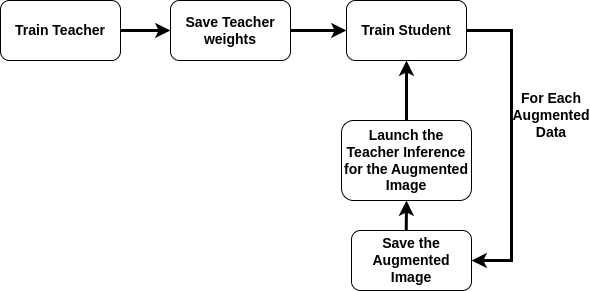
Before: images/Online-KD.png, a diagram exported from draw.io (remaro-network/KD-YOLOX-ViT). Source tidied: cells renumbered, new cells last; positions are measured from the earlier drawing's top-left corner, leaving out a move shared by most shapes. The source it was exported from:
```xml
<mxGraphModel>
  <root>
    <mxCell id="0" />
    <mxCell id="1" parent="0" />
    <mxCell id="2" style="edgeStyle=orthogonalEdgeStyle;rounded=0;jettySize=auto;html=1;exitX=1;exitY=0.5;exitDx=0;exitDy=0;entryX=0;entryY=0.5;entryDx=0;entryDy=0;strokeWidth=3;" parent="1" edge="1" source="3" target="5">
      <mxGeometry relative="1" as="geometry" />
    </mxCell>
    <mxCell id="3" value="&lt;font size=&quot;1&quot; style=&quot;&quot;&gt;&lt;b style=&quot;font-size: 14px;&quot;&gt;Train Teacher&lt;/b&gt;&lt;/font&gt;" style="rounded=1;whiteSpace=wrap;html=1;" parent="1" vertex="1">
      <mxGeometry width="120" height="60" as="geometry" />
    </mxCell>
    <mxCell id="4" style="edgeStyle=orthogonalEdgeStyle;rounded=0;jettySize=auto;html=1;exitX=1;exitY=0.5;exitDx=0;exitDy=0;entryX=0;entryY=0.5;entryDx=0;entryDy=0;strokeWidth=3;" parent="1" edge="1" source="5" target="7">
      <mxGeometry relative="1" as="geometry" />
    </mxCell>
    <mxCell id="5" value="&lt;font size=&quot;1&quot; style=&quot;&quot;&gt;&lt;b style=&quot;font-size: 14px;&quot;&gt;Save Teacher weights&lt;/b&gt;&lt;/font&gt;" style="rounded=1;whiteSpace=wrap;html=1;" parent="1" vertex="1">
      <mxGeometry x="170" width="120" height="60" as="geometry" />
    </mxCell>
    <mxCell id="6" style="edgeStyle=orthogonalEdgeStyle;rounded=0;jettySize=auto;html=1;exitX=1;exitY=0.5;exitDx=0;exitDy=0;entryX=1;entryY=0.5;entryDx=0;entryDy=0;strokeWidth=3;" parent="1" edge="1" source="7" target="9">
      <mxGeometry relative="1" as="geometry">
        <Array as="points">
          <mxPoint x="511" y="30" />
          <mxPoint x="511" y="260" />
        </Array>
      </mxGeometry>
    </mxCell>
    <mxCell id="7" value="&lt;font size=&quot;1&quot; style=&quot;&quot;&gt;&lt;b style=&quot;font-size: 14px;&quot;&gt;Train Student&lt;/b&gt;&lt;/font&gt;" style="rounded=1;whiteSpace=wrap;html=1;" parent="1" vertex="1">
      <mxGeometry x="346" width="120" height="60" as="geometry" />
    </mxCell>
    <mxCell id="8" style="edgeStyle=orthogonalEdgeStyle;rounded=0;jettySize=auto;html=1;exitX=0.456;exitY=0.011;exitDx=0;exitDy=0;entryX=0.5;entryY=1;entryDx=0;entryDy=0;strokeWidth=3;exitPerimeter=0;" parent="1" edge="1" source="9" target="11">
      <mxGeometry relative="1" as="geometry" />
    </mxCell>
    <mxCell id="9" value="&lt;font size=&quot;1&quot; style=&quot;&quot;&gt;&lt;b style=&quot;font-size: 14px;&quot;&gt;Save the Augmented Image&lt;/b&gt;&lt;/font&gt;" style="rounded=1;whiteSpace=wrap;html=1;" parent="1" vertex="1">
      <mxGeometry x="351" y="230" width="120" height="60" as="geometry" />
    </mxCell>
    <mxCell id="10" style="edgeStyle=orthogonalEdgeStyle;rounded=0;jettySize=auto;html=1;exitX=0.5;exitY=0;exitDx=0;exitDy=0;entryX=0.5;entryY=1;entryDx=0;entryDy=0;strokeWidth=3;" parent="1" edge="1" source="11" target="7">
      <mxGeometry relative="1" as="geometry" />
    </mxCell>
    <mxCell id="11" value="&lt;font size=&quot;1&quot; style=&quot;&quot;&gt;&lt;b style=&quot;font-size: 14px;&quot;&gt;Launch the Teacher Inference for the Augmented Image&lt;/b&gt;&lt;/font&gt;" style="rounded=1;whiteSpace=wrap;html=1;" parent="1" vertex="1">
      <mxGeometry x="341" y="120" width="130" height="80" as="geometry" />
    </mxCell>
    <mxCell id="12" value="&lt;font style=&quot;font-size: 14px;&quot;&gt;&lt;b&gt;For Each Augmented Data&lt;/b&gt;&lt;/font&gt;" style="text;html=1;align=center;verticalAlign=middle;whiteSpace=wrap;rounded=0;" parent="1" vertex="1">
      <mxGeometry x="521" y="100" width="60" height="30" as="geometry" />
    </mxCell>
  </root>
</mxGraphModel>
```
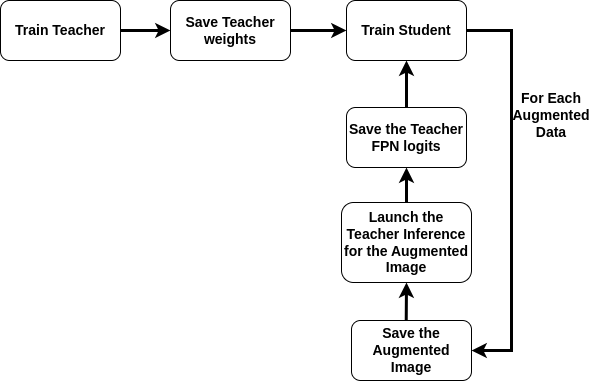
Above is the later version.

Commit message:
modify online-KD workflow

What changed in the source:
```diff
@@ -18,7 +18,7 @@
       <mxGeometry relative="1" as="geometry">
         <Array as="points">
           <mxPoint x="511" y="30" />
-          <mxPoint x="511" y="260" />
+          <mxPoint x="511" y="350" />
         </Array>
       </mxGeometry>
     </mxCell>
@@ -29,16 +29,22 @@
       <mxGeometry relative="1" as="geometry" />
     </mxCell>
     <mxCell id="9" value="&lt;font size=&quot;1&quot; style=&quot;&quot;&gt;&lt;b style=&quot;font-size: 14px;&quot;&gt;Save the Augmented Image&lt;/b&gt;&lt;/font&gt;" style="rounded=1;whiteSpace=wrap;html=1;" parent="1" vertex="1">
-      <mxGeometry x="351" y="230" width="120" height="60" as="geometry" />
+      <mxGeometry x="351" y="320" width="120" height="60" as="geometry" />
     </mxCell>
-    <mxCell id="10" style="edgeStyle=orthogonalEdgeStyle;rounded=0;jettySize=auto;html=1;exitX=0.5;exitY=0;exitDx=0;exitDy=0;entryX=0.5;entryY=1;entryDx=0;entryDy=0;strokeWidth=3;" parent="1" edge="1" source="11" target="7">
-      <mxGeometry relative="1" as="geometry" />
-    </mxCell>
+    <mxCell id="13" style="edgeStyle=orthogonalEdgeStyle;rounded=0;jettySize=auto;html=1;exitX=0.5;exitY=0;exitDx=0;exitDy=0;entryX=0.5;entryY=1;entryDx=0;entryDy=0;strokeWidth=3;" parent="1" edge="1" source="11" target="15">
+      <mxGeometry relative="1" as="geometry" />
+    </mxCell>
     <mxCell id="11" value="&lt;font size=&quot;1&quot; style=&quot;&quot;&gt;&lt;b style=&quot;font-size: 14px;&quot;&gt;Launch the Teacher Inference for the Augmented Image&lt;/b&gt;&lt;/font&gt;" style="rounded=1;whiteSpace=wrap;html=1;" parent="1" vertex="1">
-      <mxGeometry x="341" y="120" width="130" height="80" as="geometry" />
+      <mxGeometry x="341" y="202" width="130" height="80" as="geometry" />
     </mxCell>
     <mxCell id="12" value="&lt;font style=&quot;font-size: 14px;&quot;&gt;&lt;b&gt;For Each Augmented Data&lt;/b&gt;&lt;/font&gt;" style="text;html=1;align=center;verticalAlign=middle;whiteSpace=wrap;rounded=0;" parent="1" vertex="1">
       <mxGeometry x="521" y="100" width="60" height="30" as="geometry" />
     </mxCell>
+    <mxCell id="14" style="edgeStyle=orthogonalEdgeStyle;rounded=0;jettySize=auto;html=1;exitX=0.5;exitY=0;exitDx=0;exitDy=0;entryX=0.5;entryY=1;entryDx=0;entryDy=0;strokeWidth=3;" parent="1" edge="1" source="15" target="7">
+      <mxGeometry relative="1" as="geometry" />
+    </mxCell>
+    <mxCell id="15" value="&lt;font size=&quot;1&quot; style=&quot;&quot;&gt;&lt;b style=&quot;font-size: 14px;&quot;&gt;Save the Teacher FPN logits&lt;/b&gt;&lt;/font&gt;" style="rounded=1;whiteSpace=wrap;html=1;" parent="1" vertex="1">
+      <mxGeometry x="346" y="107" width="120" height="60" as="geometry" />
+    </mxCell>
   </root>
 </mxGraphModel>
```
